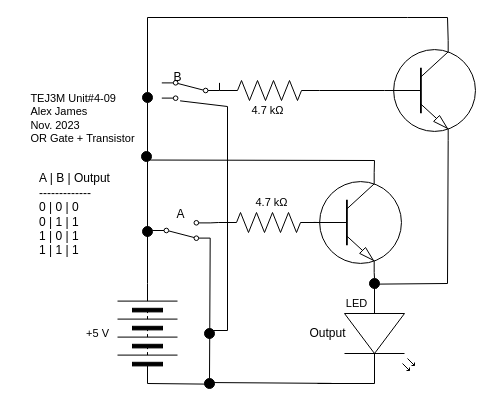
The draw.io diagram Unit-4-09/4-09.drawio in Alexander-James2/TEJ3M-Unit-4, before the edit. Source tidied: cells renumbered, new cells numbered last; positions are measured from the earlier drawing's top-left corner, leaving out a move shared by most shapes. Both pictures are drawn from the tidied source at 100%, with x=0, y=0 at pixel (17, 17).
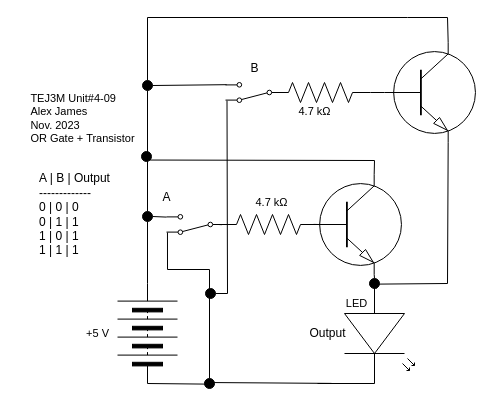
After the change.

Unchanged cells that the change refers to:
```xml
<mxCell id="11" style="ellipse;whiteSpace=wrap;html=1;strokeColor=#030303;fillColor=#000000;" parent="1" vertex="1">
  <mxGeometry x="187" y="361" width="10" height="10" as="geometry" />
</mxCell>
```

Diff of the diagram source:
```diff
@@
     <mxCell id="13" value="A" style="text;html=1;align=center;verticalAlign=middle;strokeColor=none;fillColor=none;" parent="1" vertex="1">
-      <mxGeometry x="148" y="182" width="30" height="30" as="geometry" />
+      <mxGeometry x="134" y="165" width="30" height="30" as="geometry" />
     </mxCell>
@@
     <mxCell id="17" style="verticalLabelPosition=bottom;shadow=0;dashed=0;align=center;html=1;verticalAlign=top;shape=mxgraph.electrical.transistors.npn_transistor_1;" parent="1" vertex="1">
-      <mxGeometry x="291" y="155" width="95" height="100" as="geometry" />
+      <mxGeometry x="291" y="157" width="95" height="100" as="geometry" />
     </mxCell>
-    <mxCell id="18" style="edgeStyle=none;shape=connector;rounded=0;html=1;exitX=1;exitY=0.5;exitDx=0;exitDy=0;exitPerimeter=0;entryX=1;entryY=0.12;entryDx=0;entryDy=0;labelBackgroundColor=default;strokeColor=default;fontFamily=Helvetica;fontSize=11;fontColor=default;endArrow=none;endFill=0;" parent="1" edge="1" source="20" target="23">
+    <mxCell id="18" style="edgeStyle=none;shape=connector;rounded=0;html=1;exitX=1;exitY=0.5;exitDx=0;exitDy=0;exitPerimeter=0;entryX=0.04;entryY=0.49;entryDx=0;entryDy=0;labelBackgroundColor=default;strokeColor=default;fontFamily=Helvetica;fontSize=11;fontColor=default;endArrow=none;endFill=0;entryPerimeter=0;" parent="1" edge="1" source="20" target="23">
       <mxGeometry relative="1" as="geometry" />
     </mxCell>
@@
     <mxCell id="20" style="verticalLabelPosition=bottom;shadow=0;dashed=0;align=center;html=1;verticalAlign=top;shape=mxgraph.electrical.resistors.resistor_2;rotation=-180;" parent="1" vertex="1">
-      <mxGeometry x="201" y="195" width="100" height="20" as="geometry" />
+      <mxGeometry x="201" y="197" width="100" height="20" as="geometry" />
     </mxCell>
@@
-    <mxCell id="22" style="edgeStyle=none;shape=connector;rounded=0;html=1;exitX=1;exitY=0.88;exitDx=0;exitDy=0;entryX=0.5;entryY=0;entryDx=0;entryDy=0;labelBackgroundColor=default;strokeColor=default;fontFamily=Helvetica;fontSize=11;fontColor=default;endArrow=none;endFill=0;" parent="1" edge="1" source="23" target="11">
-      <mxGeometry relative="1" as="geometry" />
-    </mxCell>
-    <mxCell id="23" style="shape=mxgraph.electrical.electro-mechanical.twoWaySwitch;elSwitchState=2;rotation=0;flipV=1;flipH=0;" parent="1" vertex="1">
-      <mxGeometry x="135" y="203" width="57.7" height="20" as="geometry" />
+    <mxCell id="23" style="shape=mxgraph.electrical.electro-mechanical.twoWaySwitch;elSwitchState=2;rotation=0;flipV=1;flipH=1;" parent="1" vertex="1">
+      <mxGeometry x="149" y="197" width="57.7" height="20" as="geometry" />
     </mxCell>
@@
     <mxCell id="27" style="verticalLabelPosition=bottom;shadow=0;dashed=0;align=center;html=1;verticalAlign=top;shape=mxgraph.electrical.transistors.npn_transistor_1;" parent="1" vertex="1">
-      <mxGeometry x="365" y="23" width="95" height="100" as="geometry" />
+      <mxGeometry x="365" y="25" width="95" height="100" as="geometry" />
     </mxCell>
-    <mxCell id="28" style="edgeStyle=none;shape=connector;rounded=0;html=1;exitX=1;exitY=0.5;exitDx=0;exitDy=0;exitPerimeter=0;entryX=1;entryY=0.12;entryDx=0;entryDy=0;labelBackgroundColor=default;strokeColor=default;fontFamily=Helvetica;fontSize=11;fontColor=default;endArrow=none;endFill=0;" parent="1" edge="1" source="30" target="32">
-      <mxGeometry relative="1" as="geometry" />
-    </mxCell>
@@
     <mxCell id="30" style="verticalLabelPosition=bottom;shadow=0;dashed=0;align=center;html=1;verticalAlign=top;shape=mxgraph.electrical.resistors.resistor_2;rotation=-180;" parent="1" vertex="1">
-      <mxGeometry x="202" y="63" width="100" height="20" as="geometry" />
+      <mxGeometry x="253" y="65" width="100" height="20" as="geometry" />
     </mxCell>
-    <mxCell id="31" style="edgeStyle=none;shape=connector;rounded=0;html=1;exitX=0.683;exitY=1.017;exitDx=0;exitDy=0;labelBackgroundColor=default;strokeColor=default;fontFamily=Helvetica;fontSize=11;fontColor=default;endArrow=none;endFill=0;exitPerimeter=0;" parent="1" edge="1" source="32">
-      <mxGeometry relative="1" as="geometry">
-        <mxPoint x="190" y="313" as="targetPoint" />
-        <Array as="points">
-          <mxPoint x="210" y="89" />
-          <mxPoint x="210" y="313" />
-        </Array>
-      </mxGeometry>
-    </mxCell>
-    <mxCell id="32" style="shape=mxgraph.electrical.electro-mechanical.twoWaySwitch;elSwitchState=2;rotation=0;flipV=0;flipH=1;" parent="1" vertex="1">
-      <mxGeometry x="144.3" y="63" width="57.7" height="20" as="geometry" />
+    <mxCell id="32" style="shape=mxgraph.electrical.electro-mechanical.twoWaySwitch;elSwitchState=2;rotation=0;flipV=1;flipH=1;" parent="1" vertex="1">
+      <mxGeometry x="208" y="65" width="57.7" height="20" as="geometry" />
     </mxCell>
+    <mxCell id="43" style="edgeStyle=none;html=1;exitX=1;exitY=0.5;exitDx=0;exitDy=0;rounded=0;endArrow=none;endFill=0;entryX=0.981;entryY=0.891;entryDx=0;entryDy=0;entryPerimeter=0;" parent="1" edge="1" source="33" target="32">
+      <mxGeometry relative="1" as="geometry" />
+    </mxCell>
     <mxCell id="33" style="ellipse;whiteSpace=wrap;html=1;strokeColor=#030303;fillColor=#000000;" parent="1" vertex="1">
-      <mxGeometry x="125" y="75" width="10" height="10" as="geometry" />
+      <mxGeometry x="125" y="63" width="10" height="10" as="geometry" />
     </mxCell>
-    <mxCell id="34" style="edgeStyle=none;rounded=0;html=1;endArrow=none;endFill=0;startArrow=none;entryX=0.5;entryY=1;entryDx=0;entryDy=0;" parent="1" edge="1" target="33">
-      <mxGeometry relative="1" as="geometry">
-        <mxPoint x="130" y="266" as="sourcePoint" />
-      </mxGeometry>
+    <mxCell id="34" style="edgeStyle=none;rounded=0;html=1;endArrow=none;endFill=0;startArrow=none;entryX=0.5;entryY=1;entryDx=0;entryDy=0;" parent="1" edge="1" source="38" target="33">
+      <mxGeometry relative="1" as="geometry" />
     </mxCell>
     <mxCell id="35" value="B" style="text;html=1;align=center;verticalAlign=middle;strokeColor=none;fillColor=none;flipV=1;" parent="1" vertex="1">
-      <mxGeometry x="145.2" y="45" width="30" height="30" as="geometry" />
+      <mxGeometry x="221.9" y="36" width="30" height="30" as="geometry" />
     </mxCell>
     <mxCell id="36" value="4.7 kΩ" style="text;html=1;align=center;verticalAlign=middle;strokeColor=none;fillColor=none;fontSize=11;fontFamily=Helvetica;fontColor=default;" parent="1" vertex="1">
-      <mxGeometry x="220" y="78" width="60" height="30" as="geometry" />
+      <mxGeometry x="267" y="79" width="60" height="30" as="geometry" />
     </mxCell>
-    <mxCell id="37" style="ellipse;whiteSpace=wrap;html=1;strokeColor=#030303;fillColor=#000000;" parent="1" vertex="1">
-      <mxGeometry x="187" y="311" width="10" height="10" as="geometry" />
-    </mxCell>
-    <mxCell id="38" style="ellipse;whiteSpace=wrap;html=1;strokeColor=#030303;fillColor=#000000;" parent="1" vertex="1">
-      <mxGeometry x="125" y="209" width="10" height="10" as="geometry" />
-    </mxCell>
@@
+    <mxCell id="44" style="edgeStyle=none;rounded=0;html=1;endArrow=none;endFill=0;startArrow=none;entryX=0.5;entryY=1;entryDx=0;entryDy=0;" parent="1" edge="1" target="38">
+      <mxGeometry relative="1" as="geometry">
+        <mxPoint x="130" y="266" as="sourcePoint" />
+      </mxGeometry>
+    </mxCell>
+    <mxCell id="45" style="edgeStyle=none;rounded=0;html=1;exitX=1;exitY=0.5;exitDx=0;exitDy=0;entryX=1;entryY=0.87;entryDx=0;entryDy=0;entryPerimeter=0;endArrow=none;endFill=0;" parent="1" edge="1" source="38" target="23">
+      <mxGeometry relative="1" as="geometry" />
+    </mxCell>
+    <mxCell id="38" style="ellipse;whiteSpace=wrap;html=1;strokeColor=#030303;fillColor=#000000;" parent="1" vertex="1">
+      <mxGeometry x="125" y="194" width="10" height="10" as="geometry" />
+    </mxCell>
+    <mxCell id="46" style="edgeStyle=none;rounded=0;html=1;exitX=0.5;exitY=0;exitDx=0;exitDy=0;entryX=0.983;entryY=0.1;entryDx=0;entryDy=0;entryPerimeter=0;endArrow=none;endFill=0;" parent="1" edge="1" source="11" target="23">
+      <mxGeometry relative="1" as="geometry">
+        <Array as="points">
+          <mxPoint x="192" y="252" />
+          <mxPoint x="150" y="252" />
+        </Array>
+      </mxGeometry>
+    </mxCell>
+    <mxCell id="47" style="edgeStyle=none;rounded=0;html=1;exitX=1;exitY=0.5;exitDx=0;exitDy=0;entryX=0.974;entryY=0.09;entryDx=0;entryDy=0;entryPerimeter=0;endArrow=none;endFill=0;" parent="1" edge="1" source="48" target="32">
+      <mxGeometry relative="1" as="geometry">
+        <Array as="points">
+          <mxPoint x="210" y="276" />
+        </Array>
+      </mxGeometry>
+    </mxCell>
+    <mxCell id="48" style="ellipse;whiteSpace=wrap;html=1;strokeColor=#030303;fillColor=#000000;" parent="1" vertex="1">
+      <mxGeometry x="188" y="271" width="10" height="10" as="geometry" />
+    </mxCell>
```
